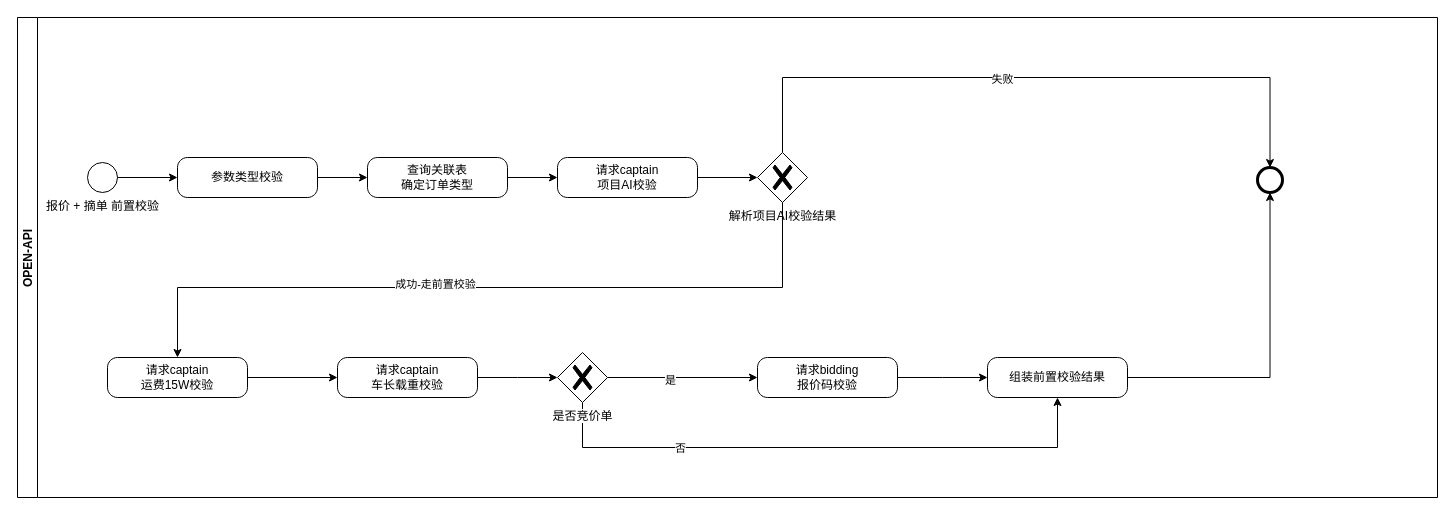
Earlier version of the draw.io diagram page "Page-1" (1 of 2) of 竞价重构4.drawio (ELL97/gitTest). Source tidied: cells renumbered, new cells numbered last; positions are measured from the earlier drawing's top-left corner, leaving out a move shared by most shapes. Both pictures are drawn from the tidied source at 100%, with x=0, y=0 at pixel (17, 17).
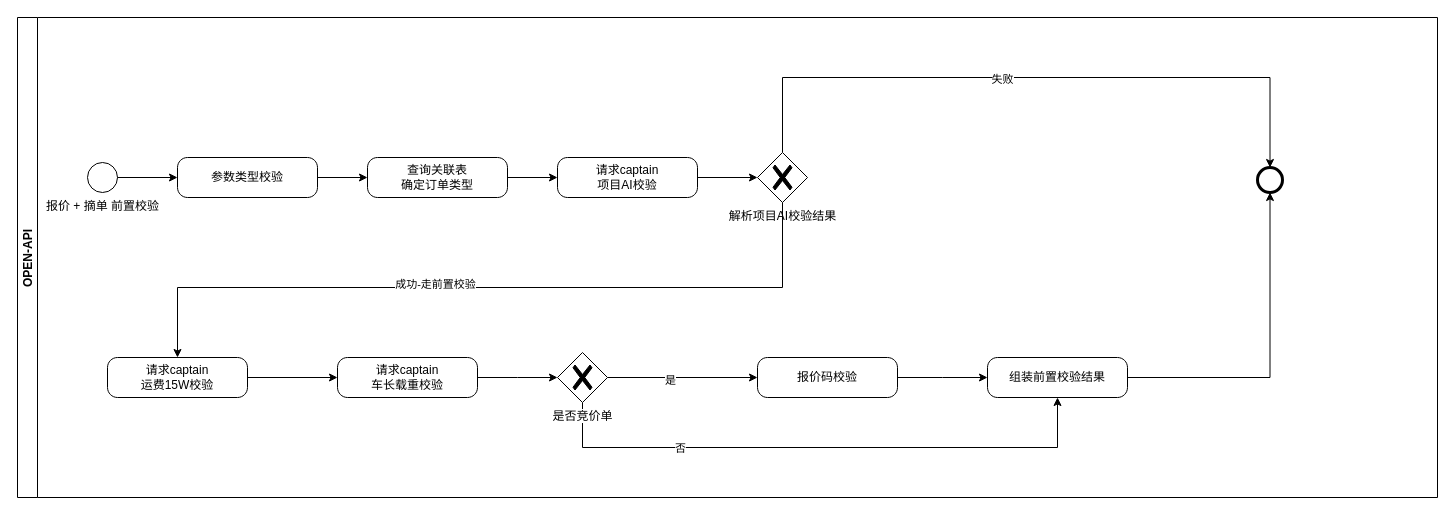
The same diagram, later.

Unchanged cells that the change refers to:
```xml
<mxCell id="2" value="OPEN-API" style="swimlane;startSize=20;horizontal=0;" parent="1" vertex="1">
  <mxGeometry width="1420" height="480" as="geometry" />
</mxCell>
```

The edit, as a diff of the source:
```diff
@@
-    <mxCell id="23" value="请求bidding&#10;报价码校验" style="points=[[0.25,0,0],[0.5,0,0],[0.75,0,0],[1,0.25,0],[1,0.5,0],[1,0.75,0],[0.75,1,0],[0.5,1,0],[0.25,1,0],[0,0.75,0],[0,0.5,0],[0,0.25,0]];shape=mxgraph.bpmn.task;whiteSpace=wrap;rectStyle=rounded;size=10;taskMarker=abstract;" parent="2" vertex="1">
+    <mxCell id="23" value="报价码校验" style="points=[[0.25,0,0],[0.5,0,0],[0.75,0,0],[1,0.25,0],[1,0.5,0],[1,0.75,0],[0.75,1,0],[0.5,1,0],[0.25,1,0],[0,0.75,0],[0,0.5,0],[0,0.25,0]];shape=mxgraph.bpmn.task;whiteSpace=wrap;rectStyle=rounded;size=10;taskMarker=abstract;" parent="2" vertex="1">
       <mxGeometry x="740" y="340" width="140" height="40" as="geometry" />
     </mxCell>
```
